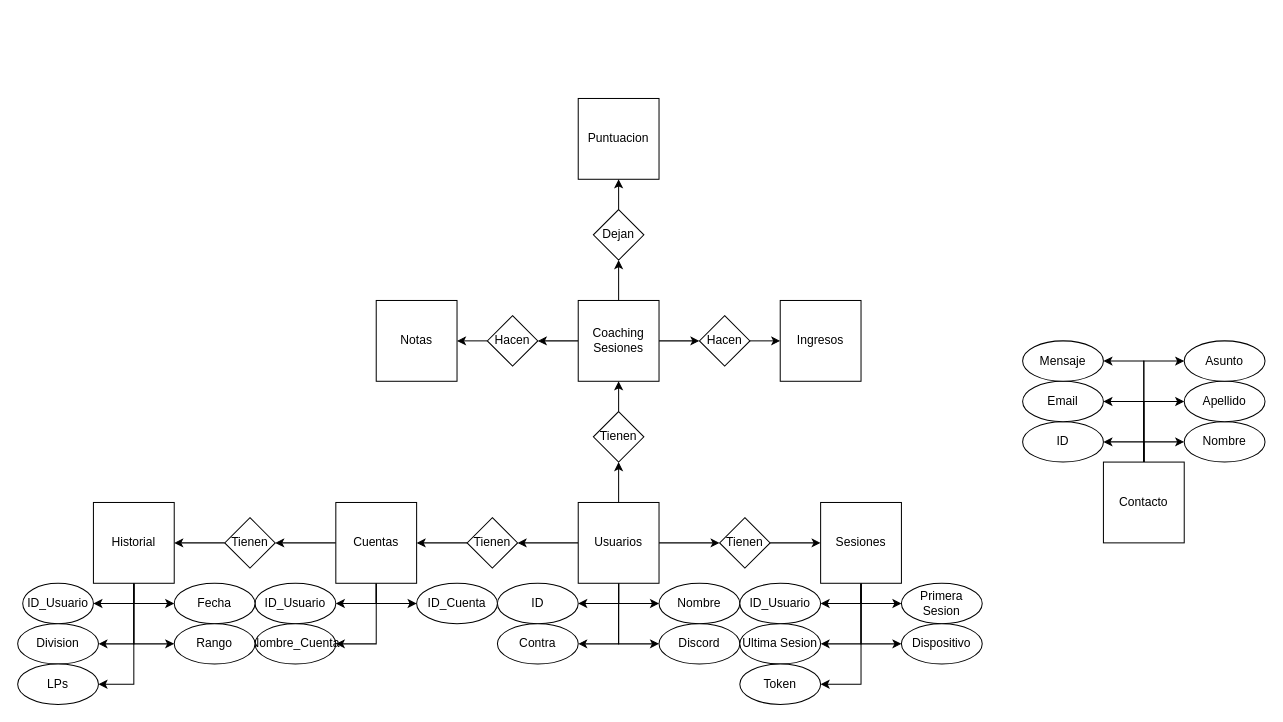
meeeww/bellumserver keeps this draw.io diagram as page "Entidad Relacion" (1 of 2) of BBDDBellum.drawio. Above is the earlier version. Source tidied: cells renumbered, new cells numbered last; positions are measured from the earlier drawing's top-left corner, leaving out a move shared by most shapes. Both pictures are drawn from the tidied source at 101%, with x=0, y=0 at pixel (17, 98).
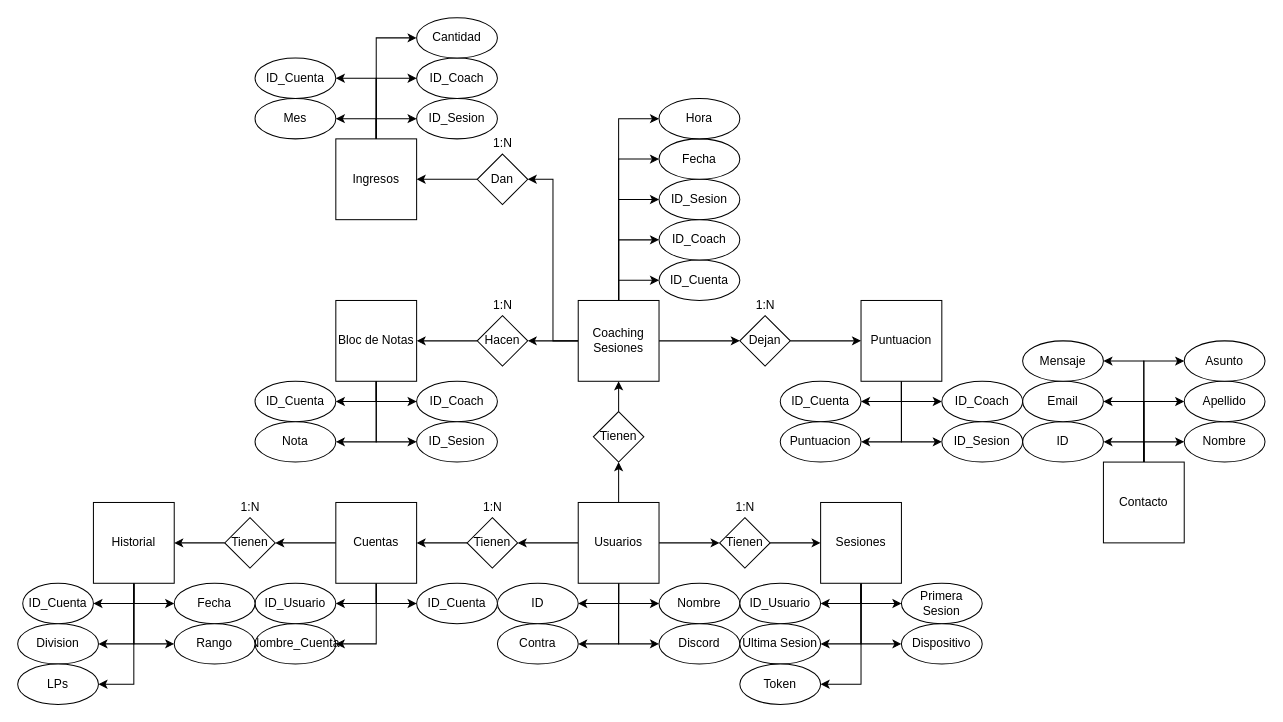
The same diagram, later.

Commit message:
Arregladas 2 tablas

The change refers to these unchanged cells:
```xml
<mxCell id="31" value="Coaching Sesiones" style="whiteSpace=wrap;html=1;" parent="1" vertex="1">
  <mxGeometry x="555" y="200" width="80" height="80" as="geometry" />
</mxCell>
```

Change to the diagram source:
```diff
@@
+    <mxCell id="30" style="edgeStyle=none;html=1;entryX=1;entryY=0.5;entryDx=0;entryDy=0;" parent="1" edge="1" source="31" target="75">
+      <mxGeometry relative="1" as="geometry" />
+    </mxCell>
+    <mxCell id="78" style="edgeStyle=orthogonalEdgeStyle;rounded=0;jettySize=auto;html=1;entryX=0;entryY=0.5;entryDx=0;entryDy=0;" parent="1" edge="1" source="31" target="102">
+      <mxGeometry relative="1" as="geometry" />
+    </mxCell>
-    <mxCell id="28" style="edgeStyle=none;html=1;entryX=0;entryY=0.5;entryDx=0;entryDy=0;" parent="1" edge="1" source="31" target="73">
+    <mxCell id="28" style="edgeStyle=orthogonalEdgeStyle;rounded=0;jettySize=auto;html=1;entryX=1;entryY=0.5;entryDx=0;entryDy=0;" parent="1" edge="1" source="31" target="73">
       <mxGeometry relative="1" as="geometry" />
     </mxCell>
-    <mxCell id="29" style="edgeStyle=none;html=1;entryX=0.5;entryY=1;entryDx=0;entryDy=0;" parent="1" edge="1" source="31" target="77">
+    <mxCell id="29" style="edgeStyle=orthogonalEdgeStyle;rounded=0;jettySize=auto;html=1;entryX=0;entryY=0.5;entryDx=0;entryDy=0;" parent="1" edge="1" source="31" target="77">
       <mxGeometry relative="1" as="geometry" />
     </mxCell>
-    <mxCell id="30" style="edgeStyle=none;html=1;entryX=1;entryY=0.5;entryDx=0;entryDy=0;" parent="1" edge="1" source="31" target="75">
-      <mxGeometry relative="1" as="geometry" />
-    </mxCell>
+    <mxCell id="79" style="edgeStyle=orthogonalEdgeStyle;rounded=0;jettySize=auto;html=1;entryX=0;entryY=0.5;entryDx=0;entryDy=0;" parent="1" edge="1" source="31" target="101">
+      <mxGeometry relative="1" as="geometry" />
+    </mxCell>
+    <mxCell id="80" style="edgeStyle=orthogonalEdgeStyle;rounded=0;jettySize=auto;html=1;entryX=0;entryY=0.5;entryDx=0;entryDy=0;" parent="1" edge="1" source="31" target="100">
+      <mxGeometry relative="1" as="geometry" />
+    </mxCell>
+    <mxCell id="81" style="edgeStyle=orthogonalEdgeStyle;rounded=0;jettySize=auto;html=1;entryX=0;entryY=0.5;entryDx=0;entryDy=0;" parent="1" edge="1" source="31" target="103">
+      <mxGeometry relative="1" as="geometry" />
+    </mxCell>
+    <mxCell id="82" style="edgeStyle=orthogonalEdgeStyle;rounded=0;jettySize=auto;html=1;entryX=0;entryY=0.5;entryDx=0;entryDy=0;" parent="1" edge="1" source="31" target="104">
+      <mxGeometry relative="1" as="geometry" />
+    </mxCell>
@@
+    <mxCell id="83" style="edgeStyle=orthogonalEdgeStyle;rounded=0;jettySize=auto;html=1;entryX=1;entryY=0.5;entryDx=0;entryDy=0;" parent="1" edge="1" source="32" target="110">
+      <mxGeometry relative="1" as="geometry" />
+    </mxCell>
+    <mxCell id="84" style="edgeStyle=orthogonalEdgeStyle;rounded=0;jettySize=auto;html=1;entryX=0;entryY=0.5;entryDx=0;entryDy=0;" parent="1" edge="1" source="32" target="113">
+      <mxGeometry relative="1" as="geometry" />
+    </mxCell>
+    <mxCell id="85" style="edgeStyle=orthogonalEdgeStyle;rounded=0;jettySize=auto;html=1;entryX=1;entryY=0.5;entryDx=0;entryDy=0;" parent="1" edge="1" source="32" target="112">
+      <mxGeometry relative="1" as="geometry" />
+    </mxCell>
+    <mxCell id="86" style="edgeStyle=orthogonalEdgeStyle;rounded=0;jettySize=auto;html=1;entryX=0;entryY=0.5;entryDx=0;entryDy=0;" parent="1" edge="1" source="32" target="111">
+      <mxGeometry relative="1" as="geometry" />
+    </mxCell>
     <mxCell id="32" value="Puntuacion" style="whiteSpace=wrap;html=1;" parent="1" vertex="1">
-      <mxGeometry x="555" width="80" height="80" as="geometry" />
+      <mxGeometry x="835" y="200" width="80" height="80" as="geometry" />
     </mxCell>
+    <mxCell id="87" style="edgeStyle=orthogonalEdgeStyle;rounded=0;jettySize=auto;html=1;entryX=1;entryY=0.5;entryDx=0;entryDy=0;" parent="1" edge="1" source="33" target="98">
+      <mxGeometry relative="1" as="geometry" />
+    </mxCell>
+    <mxCell id="88" style="edgeStyle=orthogonalEdgeStyle;rounded=0;jettySize=auto;html=1;entryX=0;entryY=0.5;entryDx=0;entryDy=0;" parent="1" edge="1" source="33" target="99">
+      <mxGeometry relative="1" as="geometry" />
+    </mxCell>
-    <mxCell id="33" value="Notas" style="whiteSpace=wrap;html=1;" parent="1" vertex="1">
-      <mxGeometry x="355" y="200" width="80" height="80" as="geometry" />
+    <mxCell id="33" value="Bloc de Notas" style="whiteSpace=wrap;html=1;" parent="1" vertex="1">
+      <mxGeometry x="315" y="200" width="80" height="80" as="geometry" />
     </mxCell>
+    <mxCell id="89" style="edgeStyle=orthogonalEdgeStyle;rounded=0;jettySize=auto;html=1;entryX=0;entryY=0.5;entryDx=0;entryDy=0;" parent="1" edge="1" source="34" target="108">
+      <mxGeometry relative="1" as="geometry" />
+    </mxCell>
+    <mxCell id="90" style="edgeStyle=orthogonalEdgeStyle;rounded=0;jettySize=auto;html=1;entryX=1;entryY=0.5;entryDx=0;entryDy=0;" parent="1" edge="1" source="34" target="107">
+      <mxGeometry relative="1" as="geometry" />
+    </mxCell>
+    <mxCell id="91" style="edgeStyle=orthogonalEdgeStyle;rounded=0;jettySize=auto;html=1;entryX=0;entryY=0.5;entryDx=0;entryDy=0;" parent="1" edge="1" source="34" target="106">
+      <mxGeometry relative="1" as="geometry" />
+    </mxCell>
+    <mxCell id="92" style="edgeStyle=orthogonalEdgeStyle;rounded=0;jettySize=auto;html=1;entryX=1;entryY=0.5;entryDx=0;entryDy=0;" parent="1" edge="1" source="34" target="105">
+      <mxGeometry relative="1" as="geometry" />
+    </mxCell>
+    <mxCell id="93" style="edgeStyle=orthogonalEdgeStyle;rounded=0;jettySize=auto;html=1;entryX=0;entryY=0.5;entryDx=0;entryDy=0;" parent="1" edge="1" source="34" target="109">
+      <mxGeometry relative="1" as="geometry" />
+    </mxCell>
     <mxCell id="34" value="Ingresos" style="whiteSpace=wrap;html=1;" parent="1" vertex="1">
-      <mxGeometry x="755" y="200" width="80" height="80" as="geometry" />
+      <mxGeometry x="315" y="40" width="80" height="80" as="geometry" />
     </mxCell>
@@
-    <mxCell id="66" value="ID_Usuario" style="ellipse;whiteSpace=wrap;html=1;" parent="1" vertex="1">
+    <mxCell id="66" value="ID_Cuenta" style="ellipse;whiteSpace=wrap;html=1;" parent="1" vertex="1">
       <mxGeometry x="5" y="480" width="70" height="40" as="geometry" />
     </mxCell>
@@
-    <mxCell id="72" style="edgeStyle=none;html=1;entryX=0;entryY=0.5;entryDx=0;entryDy=0;" parent="1" edge="1" source="73" target="34">
+    <mxCell id="72" style="edgeStyle=orthogonalEdgeStyle;rounded=0;jettySize=auto;html=1;entryX=1;entryY=0.5;entryDx=0;entryDy=0;" parent="1" edge="1" source="73" target="34">
       <mxGeometry relative="1" as="geometry" />
     </mxCell>
-    <mxCell id="73" value="Hacen" style="rhombus;whiteSpace=wrap;html=1;" parent="1" vertex="1">
-      <mxGeometry x="675" y="215" width="50" height="50" as="geometry" />
+    <mxCell id="73" value="Dan" style="rhombus;whiteSpace=wrap;html=1;" parent="1" vertex="1">
+      <mxGeometry x="455" y="55" width="50" height="50" as="geometry" />
     </mxCell>
@@
     <mxCell id="75" value="Hacen" style="rhombus;whiteSpace=wrap;html=1;" parent="1" vertex="1">
-      <mxGeometry x="465" y="215" width="50" height="50" as="geometry" />
+      <mxGeometry x="455" y="215" width="50" height="50" as="geometry" />
     </mxCell>
-    <mxCell id="76" style="edgeStyle=none;html=1;entryX=0.5;entryY=1;entryDx=0;entryDy=0;" parent="1" edge="1" source="77" target="32">
+    <mxCell id="76" style="edgeStyle=orthogonalEdgeStyle;rounded=0;jettySize=auto;html=1;entryX=0;entryY=0.5;entryDx=0;entryDy=0;" parent="1" edge="1" source="77" target="32">
       <mxGeometry relative="1" as="geometry" />
     </mxCell>
     <mxCell id="77" value="Dejan" style="rhombus;whiteSpace=wrap;html=1;" parent="1" vertex="1">
-      <mxGeometry x="570" y="110" width="50" height="50" as="geometry" />
+      <mxGeometry x="715" y="215" width="50" height="50" as="geometry" />
     </mxCell>
+    <mxCell id="94" value="ID_Cuenta" style="ellipse;whiteSpace=wrap;html=1;" parent="1" vertex="1">
+      <mxGeometry x="235" y="280" width="80" height="40" as="geometry" />
+    </mxCell>
+    <mxCell id="95" style="edgeStyle=orthogonalEdgeStyle;rounded=0;jettySize=auto;html=1;entryX=1;entryY=0.5;entryDx=0;entryDy=0;exitX=0.5;exitY=1;exitDx=0;exitDy=0;" parent="1" edge="1" source="33" target="94">
+      <mxGeometry relative="1" as="geometry" />
+    </mxCell>
+    <mxCell id="96" value="ID_Coach" style="ellipse;whiteSpace=wrap;html=1;" parent="1" vertex="1">
+      <mxGeometry x="395" y="280" width="80" height="40" as="geometry" />
+    </mxCell>
+    <mxCell id="97" style="edgeStyle=orthogonalEdgeStyle;rounded=0;jettySize=auto;html=1;entryX=0;entryY=0.5;entryDx=0;entryDy=0;exitX=0.5;exitY=1;exitDx=0;exitDy=0;" parent="1" edge="1" source="33" target="96">
+      <mxGeometry relative="1" as="geometry" />
+    </mxCell>
+    <mxCell id="98" value="Nota" style="ellipse;whiteSpace=wrap;html=1;" parent="1" vertex="1">
+      <mxGeometry x="235" y="320" width="80" height="40" as="geometry" />
+    </mxCell>
+    <mxCell id="99" value="ID_Sesion" style="ellipse;whiteSpace=wrap;html=1;" parent="1" vertex="1">
+      <mxGeometry x="395" y="320" width="80" height="40" as="geometry" />
+    </mxCell>
+    <mxCell id="100" value="ID_Sesion" style="ellipse;whiteSpace=wrap;html=1;" parent="1" vertex="1">
+      <mxGeometry x="635" y="80" width="80" height="40" as="geometry" />
+    </mxCell>
+    <mxCell id="101" value="ID_Cuenta" style="ellipse;whiteSpace=wrap;html=1;" parent="1" vertex="1">
+      <mxGeometry x="635" y="160" width="80" height="40" as="geometry" />
+    </mxCell>
+    <mxCell id="102" value="ID_Coach" style="ellipse;whiteSpace=wrap;html=1;" parent="1" vertex="1">
+      <mxGeometry x="635" y="120" width="80" height="40" as="geometry" />
+    </mxCell>
+    <mxCell id="103" value="Fecha" style="ellipse;whiteSpace=wrap;html=1;" parent="1" vertex="1">
+      <mxGeometry x="635" y="40" width="80" height="40" as="geometry" />
+    </mxCell>
+    <mxCell id="104" value="Hora" style="ellipse;whiteSpace=wrap;html=1;" parent="1" vertex="1">
+      <mxGeometry x="635" width="80" height="40" as="geometry" />
+    </mxCell>
+    <mxCell id="105" value="ID_Cuenta" style="ellipse;whiteSpace=wrap;html=1;" parent="1" vertex="1">
+      <mxGeometry x="235" y="-40" width="80" height="40" as="geometry" />
+    </mxCell>
+    <mxCell id="106" value="ID_Coach" style="ellipse;whiteSpace=wrap;html=1;" parent="1" vertex="1">
+      <mxGeometry x="395" y="-40" width="80" height="40" as="geometry" />
+    </mxCell>
+    <mxCell id="107" value="Mes" style="ellipse;whiteSpace=wrap;html=1;" parent="1" vertex="1">
+      <mxGeometry x="235" width="80" height="40" as="geometry" />
+    </mxCell>
+    <mxCell id="108" value="ID_Sesion" style="ellipse;whiteSpace=wrap;html=1;" parent="1" vertex="1">
+      <mxGeometry x="395" width="80" height="40" as="geometry" />
+    </mxCell>
+    <mxCell id="109" value="Cantidad" style="ellipse;whiteSpace=wrap;html=1;" parent="1" vertex="1">
+      <mxGeometry x="395" y="-80" width="80" height="40" as="geometry" />
+    </mxCell>
+    <mxCell id="110" value="ID_Cuenta" style="ellipse;whiteSpace=wrap;html=1;" parent="1" vertex="1">
+      <mxGeometry x="755" y="280" width="80" height="40" as="geometry" />
+    </mxCell>
+    <mxCell id="111" value="ID_Coach" style="ellipse;whiteSpace=wrap;html=1;" parent="1" vertex="1">
+      <mxGeometry x="915" y="280" width="80" height="40" as="geometry" />
+    </mxCell>
+    <mxCell id="112" value="Puntuacion" style="ellipse;whiteSpace=wrap;html=1;" parent="1" vertex="1">
+      <mxGeometry x="755" y="320" width="80" height="40" as="geometry" />
+    </mxCell>
+    <mxCell id="113" value="ID_Sesion" style="ellipse;whiteSpace=wrap;html=1;" parent="1" vertex="1">
+      <mxGeometry x="915" y="320" width="80" height="40" as="geometry" />
+    </mxCell>
+    <mxCell id="114" value="1:N" style="text;html=1;align=center;verticalAlign=middle;strokeColor=none;fillColor=none;" parent="1" vertex="1">
+      <mxGeometry x="455" y="395" width="30" height="20" as="geometry" />
+    </mxCell>
+    <mxCell id="115" value="1:N" style="text;html=1;align=center;verticalAlign=middle;strokeColor=none;fillColor=none;" parent="1" vertex="1">
+      <mxGeometry x="215" y="395" width="30" height="20" as="geometry" />
+    </mxCell>
+    <mxCell id="116" value="1:N" style="text;html=1;align=center;verticalAlign=middle;strokeColor=none;fillColor=none;" parent="1" vertex="1">
+      <mxGeometry x="705" y="395" width="30" height="20" as="geometry" />
+    </mxCell>
+    <mxCell id="117" value="1:N" style="text;html=1;align=center;verticalAlign=middle;strokeColor=none;fillColor=none;" parent="1" vertex="1">
+      <mxGeometry x="725" y="195" width="30" height="20" as="geometry" />
+    </mxCell>
+    <mxCell id="118" value="1:N" style="text;html=1;align=center;verticalAlign=middle;strokeColor=none;fillColor=none;" parent="1" vertex="1">
+      <mxGeometry x="465" y="195" width="30" height="20" as="geometry" />
+    </mxCell>
+    <mxCell id="119" value="1:N" style="text;html=1;align=center;verticalAlign=middle;strokeColor=none;fillColor=none;" parent="1" vertex="1">
+      <mxGeometry x="465" y="35" width="30" height="20" as="geometry" />
+    </mxCell>
```
